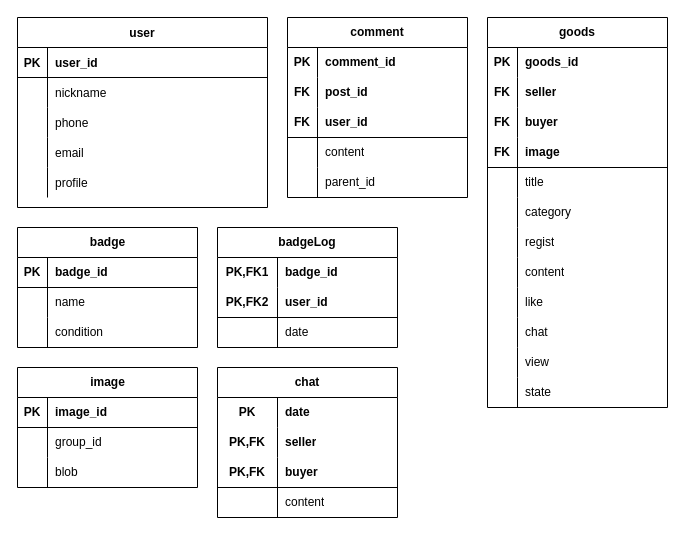
Before: CarrotMarket.drawio in dodu232/CarrotMarket, a draw.io diagram. Source tidied: cells renumbered, new cells numbered last; positions are measured from the earlier drawing's top-left corner, leaving out a move shared by most shapes. Both pictures are drawn from the tidied source at 100%, with x=0, y=0 at pixel (17, 17).
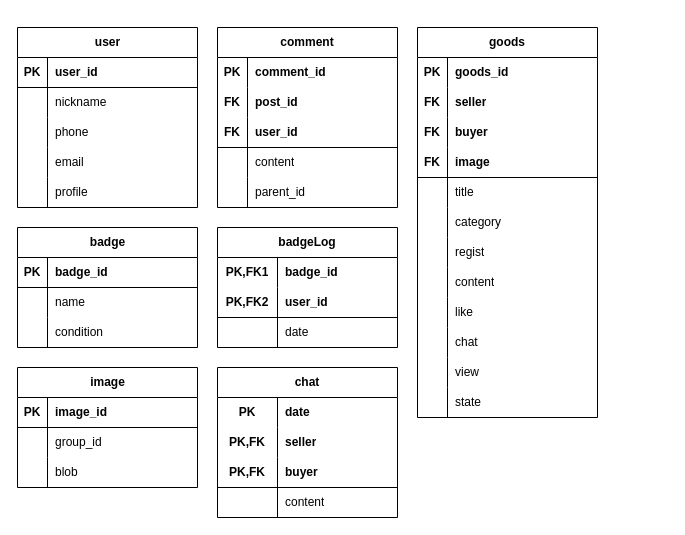
After the change.

The edit, as a diff of the source:
```diff
@@
-    <mxCell id="2" value="user" style="shape=table;startSize=30;childLayout=tableLayout;rowLines=0;fontStyle=1;align=center;" parent="1" vertex="1">
-      <mxGeometry width="250" height="190" as="geometry" />
-    </mxCell>
-    <mxCell id="3" style="shape=partialRectangle;fillColor=none;top=0;left=0;right=0;bottom=1;" parent="2" vertex="1">
-      <mxGeometry y="30" width="250" height="30" as="geometry" />
-    </mxCell>
-    <mxCell id="4" value="PK" style="shape=partialRectangle;overflow=hidden;fillColor=none;top=0;left=0;bottom=0;right=0;fontStyle=1;" parent="3" vertex="1">
-      <mxGeometry width="30" height="30" as="geometry" />
-    </mxCell>
-    <mxCell id="5" value="user_id" style="shape=partialRectangle;overflow=hidden;fillColor=none;top=0;left=0;bottom=0;right=0;align=left;spacingLeft=6;fontStyle=1;strokeColor=inherit;" parent="3" vertex="1">
-      <mxGeometry x="30" width="220" height="30" as="geometry" />
-    </mxCell>
-    <mxCell id="6" style="shape=partialRectangle;fillColor=none;top=0;left=0;right=0;bottom=0;" parent="2" vertex="1">
-      <mxGeometry y="60" width="250" height="30" as="geometry" />
-    </mxCell>
-    <mxCell id="7" style="shape=partialRectangle;overflow=hidden;fillColor=none;top=0;left=0;bottom=0;right=0;" parent="6" vertex="1">
-      <mxGeometry width="30" height="30" as="geometry" />
-    </mxCell>
-    <mxCell id="8" value="nickname" style="shape=partialRectangle;overflow=hidden;fillColor=none;top=0;left=0;bottom=0;right=0;align=left;spacingLeft=6;" parent="6" vertex="1">
-      <mxGeometry x="30" width="220" height="30" as="geometry" />
-    </mxCell>
-    <mxCell id="9" style="shape=partialRectangle;fillColor=none;top=0;left=0;right=0;bottom=0;" parent="2" vertex="1">
-      <mxGeometry y="90" width="250" height="30" as="geometry" />
-    </mxCell>
-    <mxCell id="10" style="shape=partialRectangle;overflow=hidden;fillColor=none;top=0;left=0;bottom=0;right=0;" parent="9" vertex="1">
-      <mxGeometry width="30" height="30" as="geometry" />
-    </mxCell>
-    <mxCell id="11" value="phone" style="shape=partialRectangle;overflow=hidden;fillColor=none;top=0;left=0;bottom=0;right=0;align=left;spacingLeft=6;" parent="9" vertex="1">
-      <mxGeometry x="30" width="220" height="30" as="geometry" />
-    </mxCell>
-    <mxCell id="12" style="shape=partialRectangle;fillColor=none;top=0;left=0;right=0;bottom=0;" parent="2" vertex="1">
-      <mxGeometry y="120" width="250" height="30" as="geometry" />
-    </mxCell>
-    <mxCell id="13" style="shape=partialRectangle;overflow=hidden;fillColor=none;top=0;left=0;bottom=0;right=0;" parent="12" vertex="1">
-      <mxGeometry width="30" height="30" as="geometry" />
-    </mxCell>
-    <mxCell id="14" value="email" style="shape=partialRectangle;overflow=hidden;fillColor=none;top=0;left=0;bottom=0;right=0;align=left;spacingLeft=6;" parent="12" vertex="1">
-      <mxGeometry x="30" width="220" height="30" as="geometry" />
-    </mxCell>
-    <mxCell id="15" style="shape=partialRectangle;fillColor=none;top=0;left=0;right=0;bottom=0;" parent="2" vertex="1">
-      <mxGeometry y="150" width="250" height="30" as="geometry" />
-    </mxCell>
-    <mxCell id="16" value="    " style="shape=partialRectangle;overflow=hidden;fillColor=none;top=0;left=0;bottom=0;right=0;" parent="15" vertex="1">
-      <mxGeometry width="30" height="30" as="geometry" />
-    </mxCell>
-    <mxCell id="17" value="profile" style="shape=partialRectangle;overflow=hidden;fillColor=none;top=0;left=0;bottom=0;right=0;align=left;spacingLeft=6;" parent="15" vertex="1">
-      <mxGeometry x="30" width="220" height="30" as="geometry" />
-    </mxCell>
@@
     <mxCell id="28" value="comment" style="shape=table;startSize=30;childLayout=tableLayout;rowLines=0;fontStyle=1;align=center;html=1;whiteSpace=wrap;" parent="1" vertex="1">
-      <mxGeometry x="270" width="180" height="180" as="geometry" />
+      <mxGeometry x="200" y="10" width="180" height="180" as="geometry" />
     </mxCell>
@@
     <mxCell id="54" value="goods" style="shape=table;startSize=30;childLayout=tableLayout;rowLines=0;fontStyle=1;align=center;html=1;whiteSpace=wrap;" parent="1" vertex="1">
-      <mxGeometry x="470" width="180" height="390" as="geometry" />
+      <mxGeometry x="400" y="10" width="180" height="390" as="geometry" />
     </mxCell>
@@
+    <mxCell id="2" value="user" style="shape=table;startSize=30;childLayout=tableLayout;rowLines=0;fontStyle=1;align=center;html=1;" parent="1" vertex="1">
+      <mxGeometry y="10" width="180" height="180" as="geometry" />
+    </mxCell>
+    <mxCell id="114" style="shape=tableRow;horizontal=0;startSize=0;swimlaneHead=0;swimlaneBody=0;fillColor=none;top=0;left=0;right=0;bottom=1;" parent="2" vertex="1">
+      <mxGeometry y="30" width="180" height="30" as="geometry" />
+    </mxCell>
+    <mxCell id="4" value="PK" style="shape=partialRectangle;fillColor=none;top=0;left=0;bottom=0;right=0;fontStyle=1;overflow=hidden;whiteSpace=wrap;html=1;" parent="114" vertex="1">
+      <mxGeometry width="30" height="30" as="geometry" />
+    </mxCell>
+    <mxCell id="5" value="user_id" style="shape=partialRectangle;fillColor=none;top=0;left=0;bottom=0;right=0;align=left;spacingLeft=6;fontStyle=1;overflow=hidden;whiteSpace=wrap;html=1;" parent="114" vertex="1">
+      <mxGeometry x="30" width="150" height="30" as="geometry" />
+    </mxCell>
+    <mxCell id="115" style="shape=tableRow;horizontal=0;startSize=0;swimlaneHead=0;swimlaneBody=0;fillColor=none;top=0;left=0;right=0;bottom=0;" parent="2" vertex="1">
+      <mxGeometry y="60" width="180" height="30" as="geometry" />
+    </mxCell>
+    <mxCell id="116" style="shape=partialRectangle;fillColor=none;top=0;left=0;bottom=0;right=0;overflow=hidden;whiteSpace=wrap;html=1;" parent="115" vertex="1">
+      <mxGeometry width="30" height="30" as="geometry" />
+    </mxCell>
+    <mxCell id="8" value="nickname" style="shape=partialRectangle;fillColor=none;top=0;left=0;bottom=0;right=0;align=left;spacingLeft=6;overflow=hidden;whiteSpace=wrap;html=1;" parent="115" vertex="1">
+      <mxGeometry x="30" width="150" height="30" as="geometry" />
+    </mxCell>
+    <mxCell id="117" style="shape=tableRow;horizontal=0;startSize=0;swimlaneHead=0;swimlaneBody=0;fillColor=none;top=0;left=0;right=0;bottom=0;" parent="2" vertex="1">
+      <mxGeometry y="90" width="180" height="30" as="geometry" />
+    </mxCell>
+    <mxCell id="118" style="shape=partialRectangle;fillColor=none;top=0;left=0;bottom=0;right=0;overflow=hidden;whiteSpace=wrap;html=1;" parent="117" vertex="1">
+      <mxGeometry width="30" height="30" as="geometry" />
+    </mxCell>
+    <mxCell id="11" value="phone" style="shape=partialRectangle;fillColor=none;top=0;left=0;bottom=0;right=0;align=left;spacingLeft=6;overflow=hidden;whiteSpace=wrap;html=1;" parent="117" vertex="1">
+      <mxGeometry x="30" width="150" height="30" as="geometry" />
+    </mxCell>
+    <mxCell id="119" style="shape=tableRow;horizontal=0;startSize=0;swimlaneHead=0;swimlaneBody=0;fillColor=none;top=0;left=0;right=0;bottom=0;" parent="2" vertex="1">
+      <mxGeometry y="120" width="180" height="30" as="geometry" />
+    </mxCell>
+    <mxCell id="120" style="shape=partialRectangle;fillColor=none;top=0;left=0;bottom=0;right=0;overflow=hidden;whiteSpace=wrap;html=1;" parent="119" vertex="1">
+      <mxGeometry width="30" height="30" as="geometry" />
+    </mxCell>
+    <mxCell id="14" value="email" style="shape=partialRectangle;fillColor=none;top=0;left=0;bottom=0;right=0;align=left;spacingLeft=6;overflow=hidden;whiteSpace=wrap;html=1;" parent="119" vertex="1">
+      <mxGeometry x="30" width="150" height="30" as="geometry" />
+    </mxCell>
+    <mxCell id="121" style="shape=tableRow;horizontal=0;startSize=0;swimlaneHead=0;swimlaneBody=0;fillColor=none;top=0;left=0;right=0;bottom=0;" parent="2" vertex="1">
+      <mxGeometry y="150" width="180" height="30" as="geometry" />
+    </mxCell>
+    <mxCell id="122" style="shape=partialRectangle;fillColor=none;top=0;left=0;bottom=0;right=0;overflow=hidden;whiteSpace=wrap;html=1;" parent="121" vertex="1">
+      <mxGeometry width="30" height="30" as="geometry" />
+    </mxCell>
+    <mxCell id="17" value="profile" style="shape=partialRectangle;fillColor=none;top=0;left=0;bottom=0;right=0;align=left;spacingLeft=6;overflow=hidden;whiteSpace=wrap;html=1;" parent="121" vertex="1">
+      <mxGeometry x="30" width="150" height="30" as="geometry" />
+    </mxCell>
```
